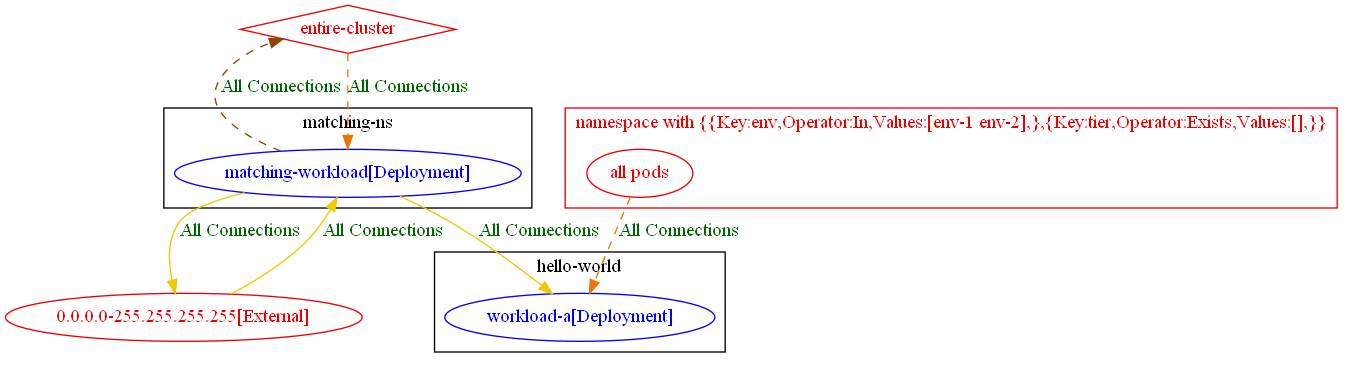
np-guard/netpol-analyzer keeps this Graphviz diagram as test_outputs/connlist/exposure_test_with_multiple_policies_1_with_matching_pod_exposure_output.dot.png. Above is the earlier version. Its source is kept beside it as test_outputs/connlist/exposure_test_with_multiple_policies_1_with_matching_pod_exposure_output.dot.
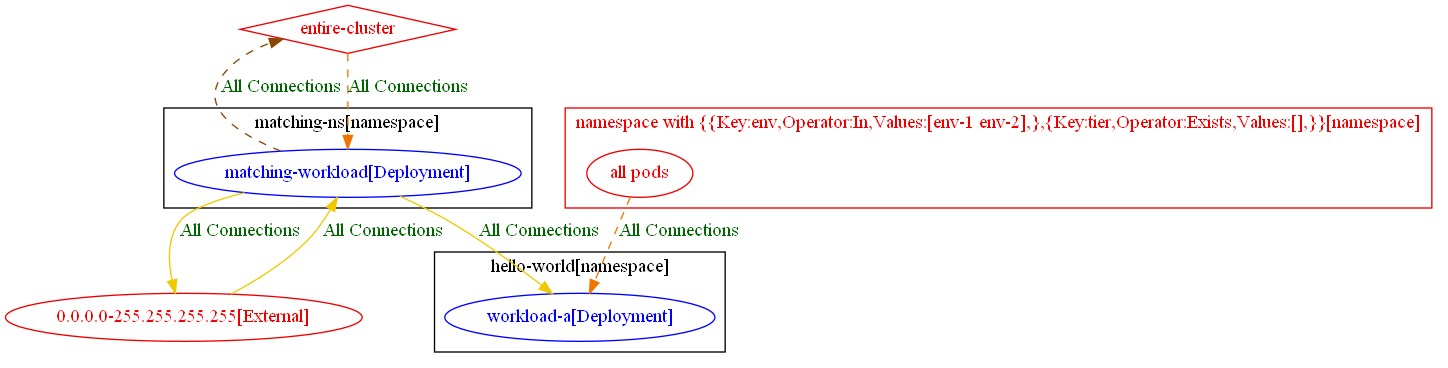
Above is the later version.

The edit, as a diff of the source:
```diff
@@ -1,21 +1,21 @@
 digraph {
-	subgraph "cluster_hello_world" {
+	subgraph "cluster_hello_world[namespace]" {
 		color="black"
 		fontcolor="black"
 		"hello-world/workload-a[Deployment]" [label="workload-a[Deployment]" color="blue" fontcolor="blue"]
-		label="hello-world"
+		label="hello-world[namespace]"
 	}
-	subgraph "cluster_matching_ns" {
+	subgraph "cluster_matching_ns[namespace]" {
 		color="black"
 		fontcolor="black"
 		"matching-ns/matching-workload[Deployment]" [label="matching-workload[Deployment]" color="blue" fontcolor="blue"]
-		label="matching-ns"
+		label="matching-ns[namespace]"
 	}
-	subgraph "cluster_namespace with {{Key:env,Operator:In,Values:[env_1 env_2],},{Key:tier,Operator:Exists,Values:[],}}" {
+	subgraph "cluster_namespace with {{Key:env,Operator:In,Values:[env_1 env_2],},{Key:tier,Operator:Exists,Values:[],}}[namespace]" {
 		color="red2"
 		fontcolor="red2"
 		"all pods_in_namespace with {{Key:env,Operator:In,Values:[env-1 env-2],},{Key:tier,Operator:Exists,Values:[],}}" [label="all pods" color="red2" fontcolor="red2"]
-		label="namespace with {{Key:env,Operator:In,Values:[env-1 env-2],},{Key:tier,Operator:Exists,Values:[],}}"
+		label="namespace with {{Key:env,Operator:In,Values:[env-1 env-2],},{Key:tier,Operator:Exists,Values:[],}}[namespace]"
 	}
 	"0.0.0.0-255.255.255.255[External]" [label="0.0.0.0-255.255.255.255[External]" color="red2" fontcolor="red2"]
 	"entire-cluster" [label="entire-cluster" color="red2" fontcolor="red2" shape=diamond]
```
